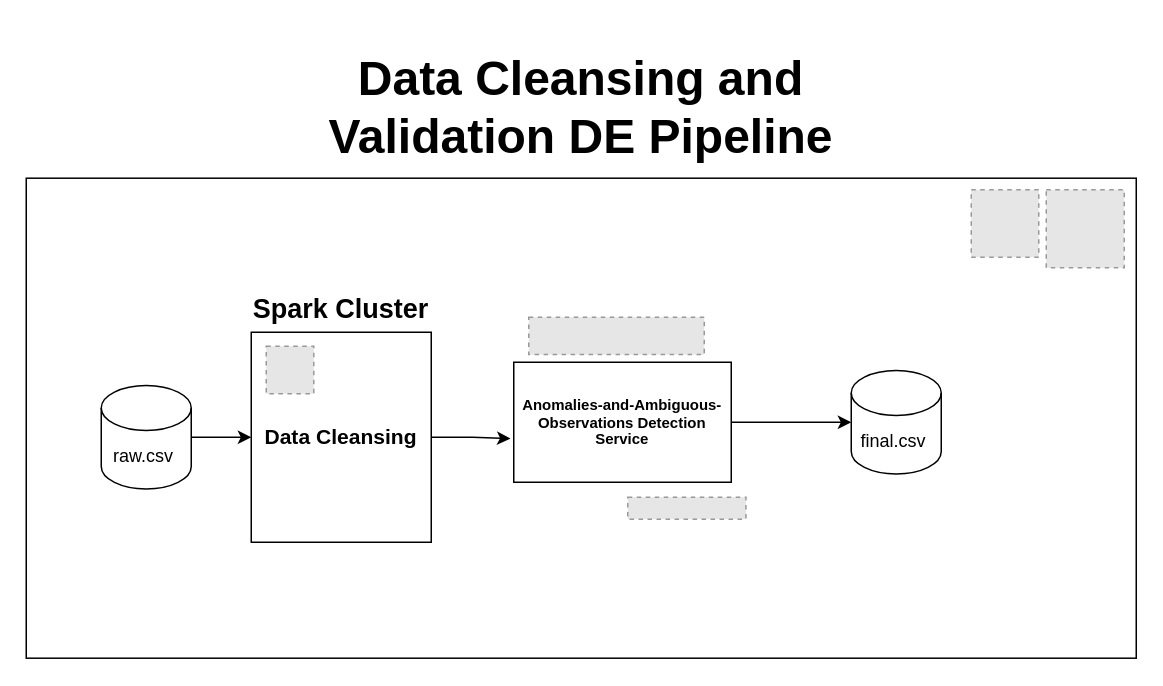
Earlier version of the draw.io diagram imgs/data-cleansing-and-validation-architecture.drawio (jperal720/network-inventory-cleaning-and-validation). Source tidied: cells renumbered, new cells numbered last; positions are measured from the earlier drawing's top-left corner, leaving out a move shared by most shapes. Both pictures are drawn from the tidied source at 150%, with x=0, y=0 at pixel (26, 84). Pictures stored in the file or linked from it are replaced by grey dashed boxes.
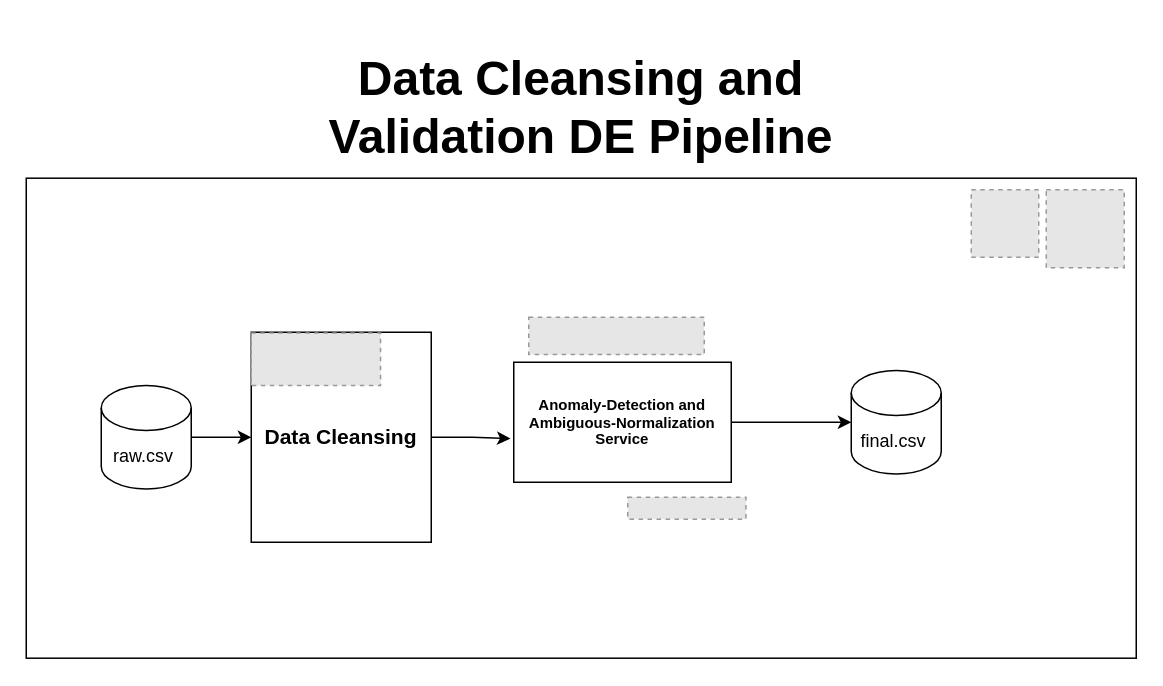
The same page after the edit.

The change refers to these unchanged cells:
```xml
<mxCell id="7" style="group;" parent="6" vertex="1">
  <mxGeometry y="30" width="145" height="80" as="geometry" />
</mxCell>
<mxCell id="12" style="group;" parent="11" vertex="1">
  <mxGeometry x="35" y="50" width="120" height="140" as="geometry" />
</mxCell>
```

Change to the diagram source:
```diff
@@
-    <mxCell id="8" value="&lt;h5&gt;Anomalies-and-Ambiguous-&lt;span style=&quot;background-color: transparent; color: light-dark(rgb(0, 0, 0), rgb(255, 255, 255));&quot;&gt;Observations Detection&lt;br&gt;&lt;/span&gt;Service&lt;/h5&gt;" style="rounded=0;whiteSpace=wrap;html=1;" parent="7" vertex="1">
+    <mxCell id="8" value="&lt;h5&gt;&lt;font style=&quot;color: light-dark(rgb(0, 0, 0), rgb(25, 25, 25));&quot;&gt;Anomaly-Detection and Ambiguous-&lt;span style=&quot;background-color: transparent;&quot;&gt;Normalization&lt;br&gt;&lt;/span&gt;Service&lt;/font&gt;&lt;/h5&gt;" style="rounded=0;whiteSpace=wrap;html=1;fillColor=light-dark(#FFFFFF,#D5D5D5);" parent="7" vertex="1">
       <mxGeometry width="145" height="80" as="geometry" />
     </mxCell>
@@
     <mxCell id="11" style="group;" parent="1" vertex="1">
-      <mxGeometry x="115" y="115" width="190" height="190" as="geometry" />
+      <mxGeometry x="115" y="115" width="447" height="190" as="geometry" />
     </mxCell>
@@
-    <mxCell id="13" value="&lt;h3&gt;Data Cleansing&lt;/h3&gt;" style="rounded=0;whiteSpace=wrap;html=1;fillColor=light-dark(#FFFFFF,#191919);" parent="12" vertex="1">
+    <mxCell id="13" value="&lt;h3&gt;&lt;font style=&quot;color: light-dark(rgb(0, 0, 0), rgb(0, 0, 0));&quot;&gt;Data Cleansing&lt;/font&gt;&lt;/h3&gt;" style="rounded=0;whiteSpace=wrap;html=1;fillColor=light-dark(#FFFFFF,#D5D5D5);" parent="12" vertex="1">
       <mxGeometry width="120" height="140" as="geometry" />
     </mxCell>
-    <mxCell id="14" style="fillColor=#E6E6E6;strokeColor=#999999;dashed=1;verticalLabelPosition=bottom;labelBackgroundColor=default;verticalAlign=top;" parent="12" vertex="1">
-      <mxGeometry x="10" y="9.3" width="31.7" height="31.7" as="geometry" />
-    </mxCell>
+    <mxCell id="21" style="fillColor=#E6E6E6;strokeColor=#999999;dashed=1;verticalLabelPosition=bottom;labelBackgroundColor=default;verticalAlign=top;" parent="12" vertex="1">
+      <mxGeometry y="0.5" width="86.2" height="35" as="geometry" />
+    </mxCell>
-    <mxCell id="15" value="&lt;h2&gt;Spark Cluster&lt;/h2&gt;" style="text;html=1;whiteSpace=wrap;strokeColor=none;fillColor=none;align=center;verticalAlign=middle;rounded=0;" parent="11" vertex="1">
+    <mxCell id="15" value="&lt;h2&gt;&lt;br&gt;&lt;/h2&gt;" style="text;html=1;whiteSpace=wrap;strokeColor=none;fillColor=none;align=center;verticalAlign=middle;rounded=0;" parent="11" vertex="1">
       <mxGeometry y="20" width="190" height="30" as="geometry" />
     </mxCell>
```
